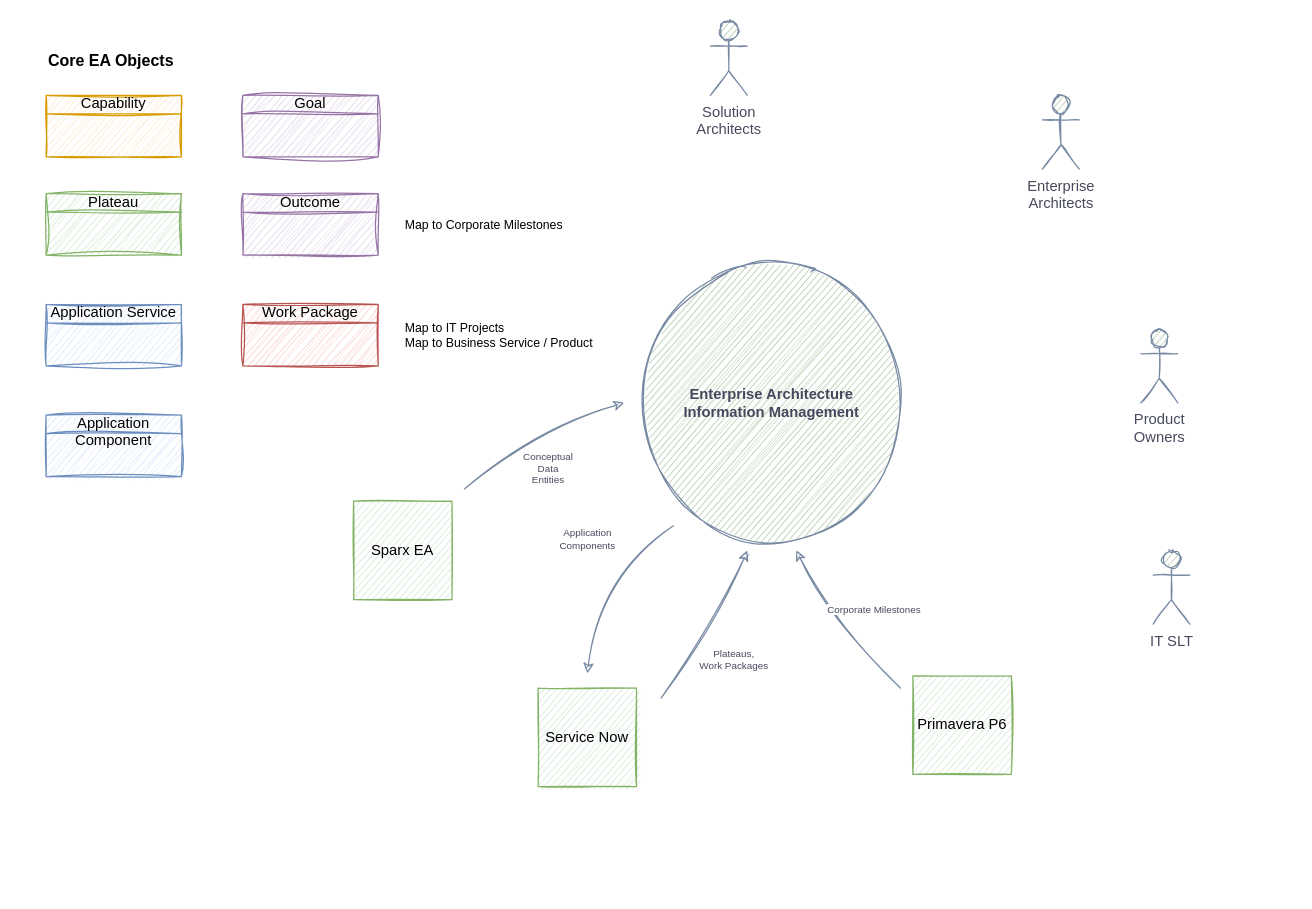
Above: page "IT Orbus Context" (2 of 3) of TOM Management.drawio in martinlt/reference (draw.io), before the change. Source tidied: cells renumbered, new cells numbered last; positions are measured from the earlier drawing's top-left corner, leaving out a move shared by most shapes. Both pictures are drawn from the tidied source at 123%, with x=0, y=0 at pixel (46, 21).
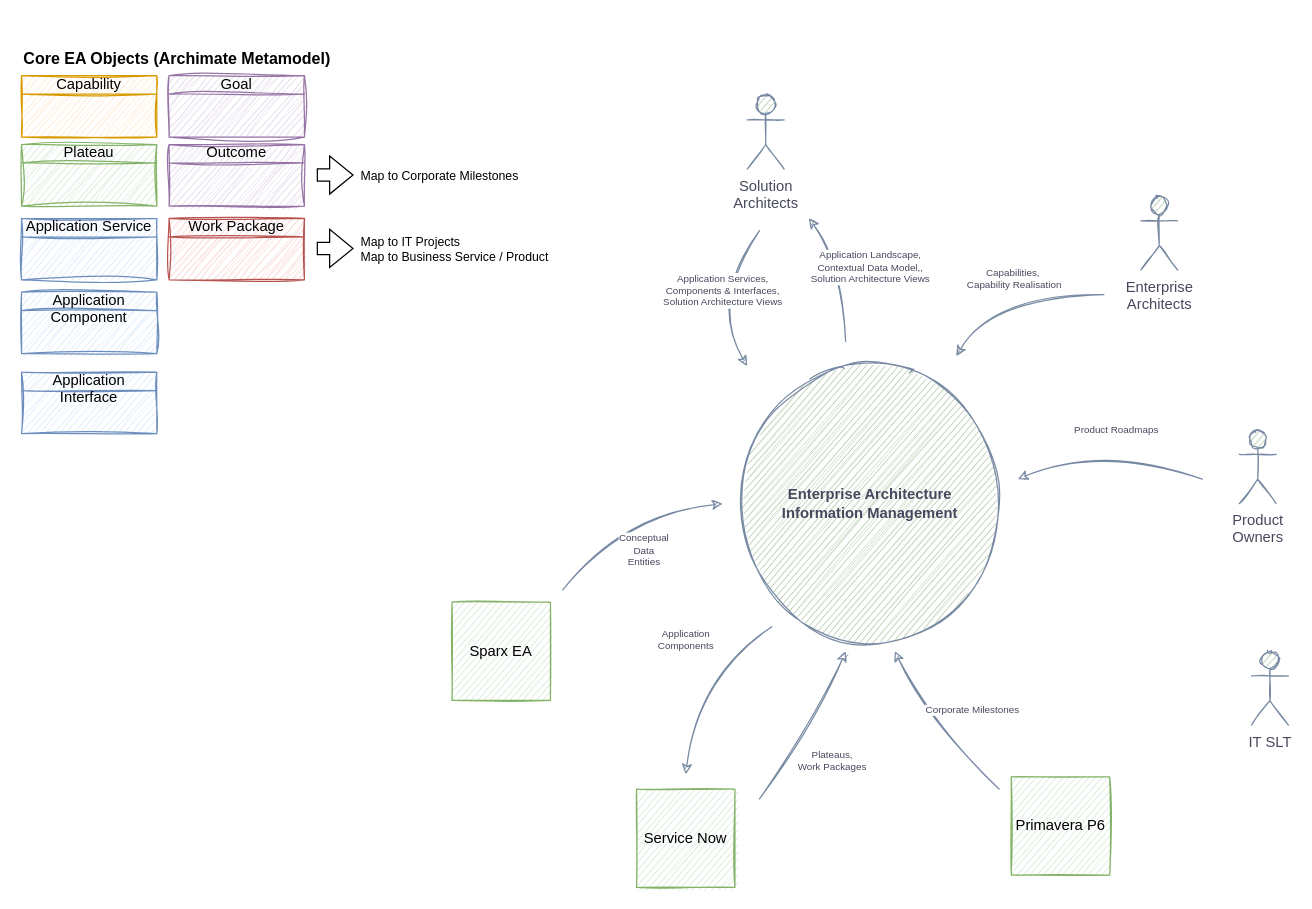
The same page after the edit.

Change to the diagram source:
```diff
@@
     <mxCell id="2" value="Enterprise Architecture&lt;br&gt;Information Management" style="ellipse;whiteSpace=wrap;html=1;sketch=1;fillColor=#B2C9AB;strokeColor=#788AA3;fontColor=#46495D;fontStyle=1;" parent="1" vertex="1">
-      <mxGeometry x="480" y="200" width="220" height="220" as="geometry" />
+      <mxGeometry x="560" y="282" width="220" height="220" as="geometry" />
     </mxCell>
     <mxCell id="3" value="Solution&lt;br&gt;Architects" style="shape=umlActor;verticalLabelPosition=bottom;verticalAlign=top;html=1;rounded=0;sketch=1;fillColor=#B2C9AB;strokeColor=#788AA3;fontColor=#46495D;" parent="1" vertex="1">
-      <mxGeometry x="540" width="30" height="60" as="geometry" />
+      <mxGeometry x="570" y="60" width="30" height="60" as="geometry" />
     </mxCell>
     <mxCell id="4" value="IT SLT" style="shape=umlActor;verticalLabelPosition=bottom;verticalAlign=top;html=1;rounded=0;sketch=1;fillColor=#B2C9AB;strokeColor=#788AA3;fontColor=#46495D;" parent="1" vertex="1">
-      <mxGeometry x="900" y="430" width="30" height="60" as="geometry" />
+      <mxGeometry x="980" y="512" width="30" height="60" as="geometry" />
     </mxCell>
     <mxCell id="5" value="Enterprise&lt;br&gt;Architects" style="shape=umlActor;verticalLabelPosition=bottom;verticalAlign=top;html=1;rounded=0;sketch=1;fillColor=#B2C9AB;strokeColor=#788AA3;fontColor=#46495D;" parent="1" vertex="1">
-      <mxGeometry x="810" y="60" width="30" height="60" as="geometry" />
+      <mxGeometry x="890" y="142" width="30" height="60" as="geometry" />
     </mxCell>
     <mxCell id="6" value="Product&lt;br&gt;Owners" style="shape=umlActor;verticalLabelPosition=bottom;verticalAlign=top;html=1;rounded=0;sketch=1;fillColor=#B2C9AB;strokeColor=#788AA3;fontColor=#46495D;" parent="1" vertex="1">
-      <mxGeometry x="890" y="250" width="30" height="60" as="geometry" />
+      <mxGeometry x="970" y="332" width="30" height="60" as="geometry" />
     </mxCell>
-    <mxCell id="7" value="Core EA Objects" style="text;strokeColor=none;fillColor=none;html=1;fontSize=13;fontStyle=1;verticalAlign=middle;align=left;" parent="1" vertex="1">
-      <mxGeometry y="20" width="260" height="24" as="geometry" />
+    <mxCell id="7" value="Core EA Objects (Archimate Metamodel)" style="text;strokeColor=none;fillColor=none;html=1;fontSize=13;fontStyle=1;verticalAlign=middle;align=left;" parent="1" vertex="1">
+      <mxGeometry x="-20" y="18" width="260" height="24" as="geometry" />
     </mxCell>
     <mxCell id="8" value="Capability" style="html=1;whiteSpace=wrap;fillColor=#ffe6cc;shape=mxgraph.archimate3.businessObject;overflow=fill;sketch=1;curveFitting=1;jiggle=2;strokeColor=#d79b00;" parent="1" vertex="1">
-      <mxGeometry y="60" width="110" height="50" as="geometry" />
+      <mxGeometry x="-20" y="44" width="110" height="50" as="geometry" />
     </mxCell>
     <mxCell id="9" value="Goal" style="html=1;whiteSpace=wrap;fillColor=#e1d5e7;shape=mxgraph.archimate3.businessObject;overflow=fill;sketch=1;curveFitting=1;jiggle=2;strokeColor=#9673a6;" parent="1" vertex="1">
-      <mxGeometry x="160" y="60" width="110" height="50" as="geometry" />
+      <mxGeometry x="100" y="44" width="110" height="50" as="geometry" />
     </mxCell>
     <mxCell id="10" value="Work Package" style="html=1;whiteSpace=wrap;fillColor=#f8cecc;shape=mxgraph.archimate3.businessObject;overflow=fill;sketch=1;curveFitting=1;jiggle=2;strokeColor=#b85450;" parent="1" vertex="1">
-      <mxGeometry x="160" y="230" width="110" height="50" as="geometry" />
+      <mxGeometry x="100" y="160" width="110" height="50" as="geometry" />
     </mxCell>
     <mxCell id="11" value="Outcome" style="html=1;whiteSpace=wrap;fillColor=#e1d5e7;shape=mxgraph.archimate3.businessObject;overflow=fill;sketch=1;curveFitting=1;jiggle=2;strokeColor=#9673a6;" parent="1" vertex="1">
-      <mxGeometry x="160" y="140" width="110" height="50" as="geometry" />
+      <mxGeometry x="100" y="100" width="110" height="50" as="geometry" />
     </mxCell>
     <mxCell id="12" value="Application Service" style="html=1;whiteSpace=wrap;fillColor=#dae8fc;shape=mxgraph.archimate3.businessObject;overflow=fill;sketch=1;curveFitting=1;jiggle=2;strokeColor=#6c8ebf;" parent="1" vertex="1">
-      <mxGeometry y="230" width="110" height="50" as="geometry" />
+      <mxGeometry x="-20" y="160" width="110" height="50" as="geometry" />
     </mxCell>
     <mxCell id="13" value="Plateau" style="html=1;whiteSpace=wrap;fillColor=#d5e8d4;shape=mxgraph.archimate3.businessObject;overflow=fill;sketch=1;curveFitting=1;jiggle=2;strokeColor=#82b366;" parent="1" vertex="1">
-      <mxGeometry y="140" width="110" height="50" as="geometry" />
+      <mxGeometry x="-20" y="100" width="110" height="50" as="geometry" />
     </mxCell>
     <mxCell id="14" value="Application Component" style="html=1;whiteSpace=wrap;fillColor=#dae8fc;shape=mxgraph.archimate3.businessObject;overflow=fill;sketch=1;curveFitting=1;jiggle=2;strokeColor=#6c8ebf;" parent="1" vertex="1">
-      <mxGeometry y="320" width="110" height="50" as="geometry" />
+      <mxGeometry x="-20" y="220" width="110" height="50" as="geometry" />
     </mxCell>
     <mxCell id="15" value="Map to Corporate Milestones" style="text;html=1;strokeColor=none;fillColor=none;align=left;verticalAlign=middle;whiteSpace=wrap;rounded=0;fontSize=10;" parent="1" vertex="1">
-      <mxGeometry x="290" y="150" width="140" height="30" as="geometry" />
+      <mxGeometry x="254" y="110" width="140" height="30" as="geometry" />
     </mxCell>
     <mxCell id="16" value="Map to IT Projects&lt;br&gt;Map to Business Service / Product" style="text;html=1;strokeColor=none;fillColor=none;align=left;verticalAlign=middle;whiteSpace=wrap;rounded=0;fontSize=10;" parent="1" vertex="1">
-      <mxGeometry x="290" y="240" width="160" height="30" as="geometry" />
+      <mxGeometry x="254" y="170" width="160" height="30" as="geometry" />
     </mxCell>
     <mxCell id="17" value="Primavera P6" style="whiteSpace=wrap;html=1;sketch=1;fillColor=#d5e8d4;strokeColor=#82b366;" parent="1" vertex="1">
-      <mxGeometry x="704.7" y="532" width="80" height="80" as="geometry" />
+      <mxGeometry x="784.7" y="614" width="80" height="80" as="geometry" />
     </mxCell>
     <mxCell id="18" value="Corporate Milestones" style="curved=1;endArrow=classic;html=1;rounded=0;entryX=0.847;entryY=0.9;entryDx=0;entryDy=0;startArrow=none;startFill=0;endFill=1;entryPerimeter=0;sketch=1;strokeColor=#788AA3;fontColor=#46495D;fontSize=8;" parent="1" edge="1">
       <mxGeometry x="-0.16" y="-30" relative="1" as="geometry">
-        <mxPoint x="694.7" y="542" as="sourcePoint" />
-        <mxPoint x="610" y="430" as="targetPoint" />
+        <mxPoint x="774.7" y="624" as="sourcePoint" />
+        <mxPoint x="690" y="512" as="targetPoint" />
         <Array as="points">
-          <mxPoint x="634.7" y="482" />
+          <mxPoint x="714.7" y="564" />
         </Array>
       </mxGeometry>
     </mxCell>
     <mxCell id="19" value="Service Now" style="whiteSpace=wrap;html=1;sketch=1;fillColor=#d5e8d4;strokeColor=#82b366;" parent="1" vertex="1">
-      <mxGeometry x="400" y="542" width="80" height="80" as="geometry" />
+      <mxGeometry x="480" y="624" width="80" height="80" as="geometry" />
     </mxCell>
     <mxCell id="20" value="Sparx EA" style="whiteSpace=wrap;html=1;sketch=1;fillColor=#d5e8d4;strokeColor=#82b366;" parent="1" vertex="1">
-      <mxGeometry x="250" y="390" width="80" height="80" as="geometry" />
+      <mxGeometry x="330" y="472" width="80" height="80" as="geometry" />
     </mxCell>
     <mxCell id="21" value="Application&lt;br&gt;Components" style="curved=1;endArrow=classic;html=1;rounded=0;startArrow=none;startFill=0;endFill=1;sketch=1;strokeColor=#788AA3;fontColor=#46495D;fontSize=8;" parent="1" edge="1">
       <mxGeometry x="-0.16" y="-30" relative="1" as="geometry">
-        <mxPoint x="510" y="410" as="sourcePoint" />
-        <mxPoint x="440" y="530" as="targetPoint" />
+        <mxPoint x="590" y="492" as="sourcePoint" />
+        <mxPoint x="520" y="612" as="targetPoint" />
         <Array as="points">
-          <mxPoint x="450" y="450" />
+          <mxPoint x="530" y="532" />
         </Array>
       </mxGeometry>
     </mxCell>
     <mxCell id="22" value="Plateaus,&lt;br&gt;Work Packages" style="curved=1;endArrow=classic;html=1;rounded=0;startArrow=none;startFill=0;endFill=1;sketch=1;strokeColor=#788AA3;fontColor=#46495D;fontSize=8;" parent="1" edge="1">
       <mxGeometry x="-0.16" y="-30" relative="1" as="geometry">
-        <mxPoint x="500" y="550" as="sourcePoint" />
-        <mxPoint x="570" y="430" as="targetPoint" />
+        <mxPoint x="580" y="632" as="sourcePoint" />
+        <mxPoint x="650" y="512" as="targetPoint" />
         <Array as="points">
-          <mxPoint x="550" y="480" />
+          <mxPoint x="630" y="562" />
         </Array>
       </mxGeometry>
     </mxCell>
     <mxCell id="23" value="Conceptual&lt;br&gt;Data&lt;br&gt;Entities" style="curved=1;endArrow=classic;html=1;rounded=0;startArrow=none;startFill=0;endFill=1;sketch=1;strokeColor=#788AA3;fontColor=#46495D;fontSize=8;" parent="1" edge="1">
       <mxGeometry x="-0.16" y="-30" relative="1" as="geometry">
-        <mxPoint x="340" y="380" as="sourcePoint" />
-        <mxPoint x="470" y="310" as="targetPoint" />
+        <mxPoint x="420" y="462" as="sourcePoint" />
+        <mxPoint x="550" y="392" as="targetPoint" />
         <Array as="points">
-          <mxPoint x="400" y="332" />
+          <mxPoint x="470" y="402" />
         </Array>
       </mxGeometry>
     </mxCell>
+    <mxCell id="24" value="Product Roadmaps" style="curved=1;endArrow=classic;html=1;rounded=0;startArrow=none;startFill=0;endFill=1;sketch=1;strokeColor=#788AA3;fontColor=#46495D;fontSize=8;" parent="1" edge="1">
+      <mxGeometry x="-0.01" y="-13" relative="1" as="geometry">
+        <mxPoint x="940" y="372" as="sourcePoint" />
+        <mxPoint x="790" y="372" as="targetPoint" />
+        <Array as="points">
+          <mxPoint x="860" y="342" />
+        </Array>
+      </mxGeometry>
+    </mxCell>
+    <mxCell id="25" value="Application&lt;br&gt;Interface" style="html=1;whiteSpace=wrap;fillColor=#dae8fc;shape=mxgraph.archimate3.businessObject;overflow=fill;sketch=1;curveFitting=1;jiggle=2;strokeColor=#6c8ebf;" parent="1" vertex="1">
+      <mxGeometry x="-20" y="285" width="110" height="50" as="geometry" />
+    </mxCell>
+    <mxCell id="26" value="Application Services, &lt;br&gt;Components &amp;amp; Interfaces,&lt;br&gt;Solution Architecture Views" style="curved=1;endArrow=classic;html=1;rounded=0;startArrow=none;startFill=0;endFill=1;sketch=1;strokeColor=#788AA3;fontColor=#46495D;fontSize=8;" parent="1" edge="1">
+      <mxGeometry x="-0.11" y="3" relative="1" as="geometry">
+        <mxPoint x="580" y="170" as="sourcePoint" />
+        <mxPoint x="570" y="280" as="targetPoint" />
+        <Array as="points">
+          <mxPoint x="540" y="230" />
+        </Array>
+        <mxPoint y="-1" as="offset" />
+      </mxGeometry>
+    </mxCell>
+    <mxCell id="27" value="Capabilities,&amp;nbsp;&lt;br&gt;Capability Realisation" style="curved=1;endArrow=classic;html=1;rounded=0;startArrow=none;startFill=0;endFill=1;sketch=1;strokeColor=#788AA3;fontColor=#46495D;fontSize=8;" parent="1" edge="1">
+      <mxGeometry x="-0.01" y="-13" relative="1" as="geometry">
+        <mxPoint x="860" y="222" as="sourcePoint" />
+        <mxPoint x="740" y="272" as="targetPoint" />
+        <Array as="points">
+          <mxPoint x="770" y="222" />
+        </Array>
+      </mxGeometry>
+    </mxCell>
+    <mxCell id="28" style="shape=flexArrow;endArrow=classic;html=1;rounded=0;" parent="1" edge="1">
+      <mxGeometry relative="1" as="geometry">
+        <mxPoint x="220" y="184.5" as="sourcePoint" />
+        <mxPoint x="250" y="184.5" as="targetPoint" />
+      </mxGeometry>
+    </mxCell>
+    <mxCell id="29" style="shape=flexArrow;endArrow=classic;html=1;rounded=0;" parent="1" edge="1">
+      <mxGeometry relative="1" as="geometry">
+        <mxPoint x="220" y="124.8" as="sourcePoint" />
+        <mxPoint x="250" y="124.8" as="targetPoint" />
+      </mxGeometry>
+    </mxCell>
+    <mxCell id="30" value="Application Landscape,&lt;br&gt;Contextual Data Model,,&lt;br&gt;Solution Architecture Views" style="curved=1;endArrow=classic;html=1;rounded=0;startArrow=none;startFill=0;endFill=1;sketch=1;strokeColor=#788AA3;fontColor=#46495D;fontSize=8;" parent="1" edge="1">
+      <mxGeometry x="0.09" y="-20" relative="1" as="geometry">
+        <mxPoint x="650" y="260" as="sourcePoint" />
+        <mxPoint x="620" y="160" as="targetPoint" />
+        <Array as="points">
+          <mxPoint x="650" y="200" />
+        </Array>
+        <mxPoint x="4" y="12" as="offset" />
+      </mxGeometry>
+    </mxCell>
```
